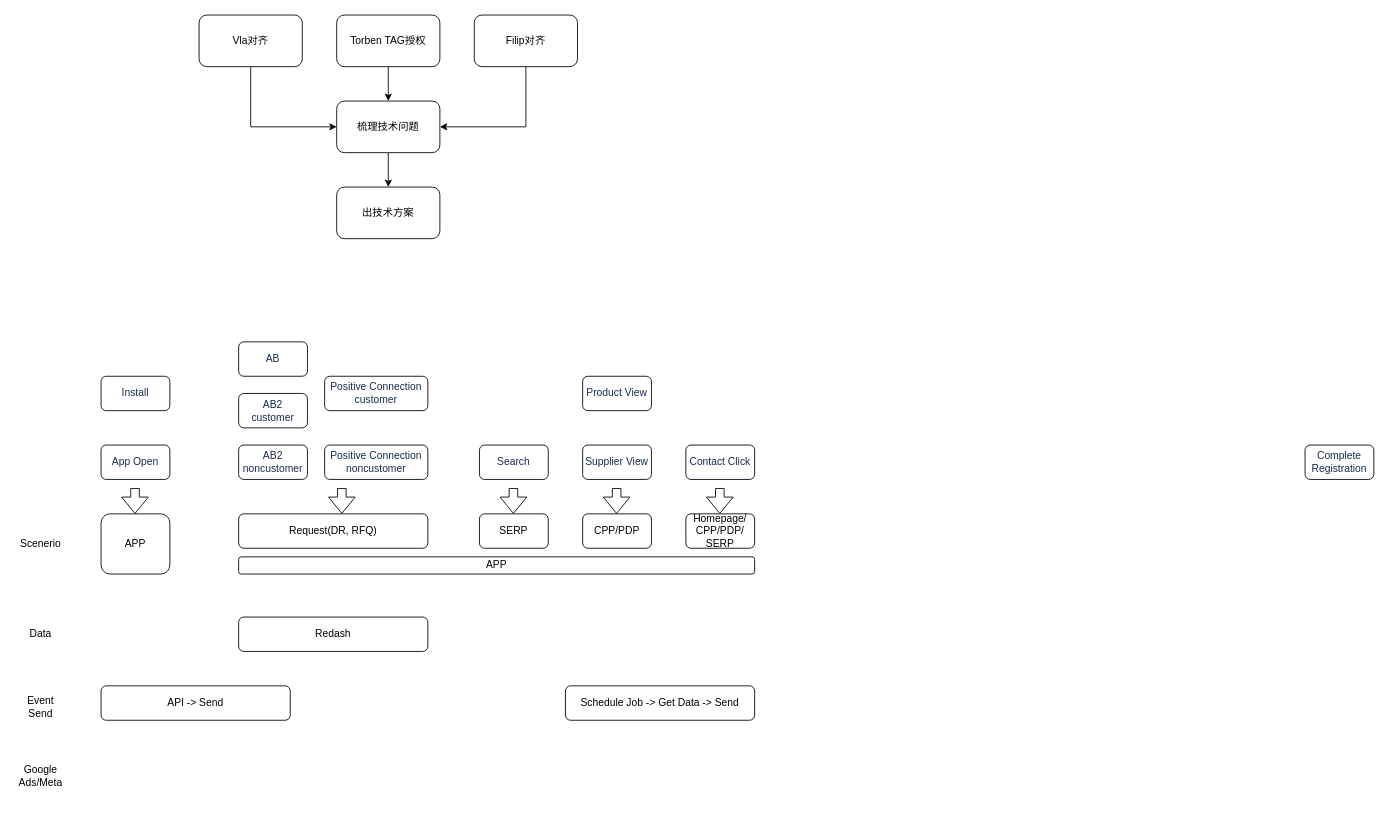
Above: drawio/temp.drawio in VisableHarry/seo-drawio (draw.io), before the change. Source tidied: cells renumbered, new cells numbered last; positions are measured from the earlier drawing's top-left corner, leaving out a move shared by most shapes. Both pictures are drawn from the tidied source at 86%, with x=0, y=0 at pixel (15, 15).
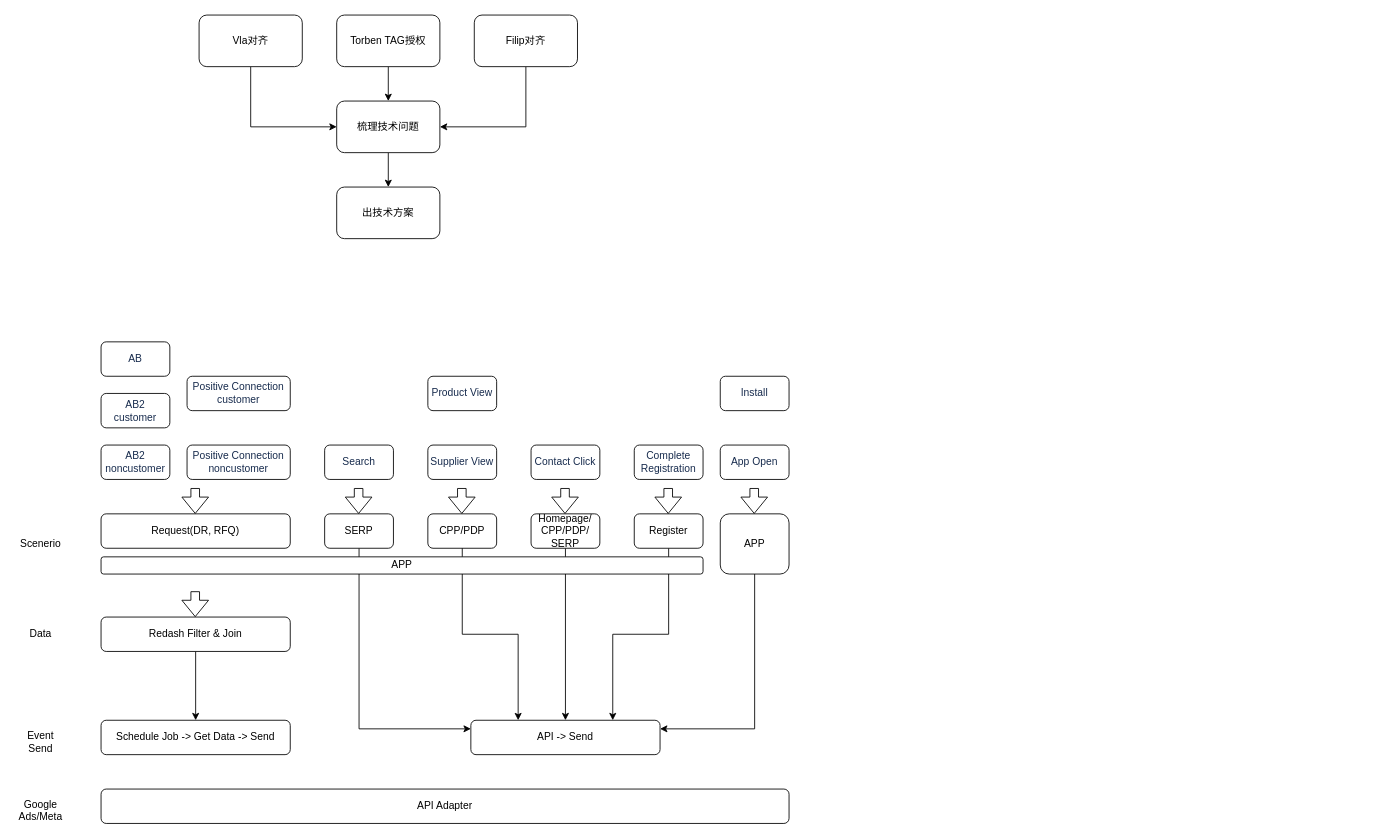
After the change.

What changed in the source:
```diff
@@
     <mxCell id="11" value="Request(DR, RFQ)" style="rounded=1;whiteSpace=wrap;html=1;" parent="1" vertex="1">
-      <mxGeometry x="260" y="580" width="220" height="40" as="geometry" />
+      <mxGeometry x="100" y="580" width="220" height="40" as="geometry" />
     </mxCell>
     <mxCell id="12" value="&lt;span style=&quot;color: rgb(23, 43, 77); text-align: left; background-color: rgb(255, 255, 255);&quot;&gt;&lt;font style=&quot;font-size: 12px;&quot; face=&quot;Helvetica&quot;&gt;Install&lt;/font&gt;&lt;/span&gt;" style="rounded=1;whiteSpace=wrap;html=1;" parent="1" vertex="1">
-      <mxGeometry x="100" y="420" width="80" height="40" as="geometry" />
+      <mxGeometry x="820" y="420" width="80" height="40" as="geometry" />
     </mxCell>
+    <mxCell id="41" style="edgeStyle=orthogonalEdgeStyle;rounded=0;jettySize=auto;html=1;exitX=0.5;exitY=1;exitDx=0;exitDy=0;entryX=1;entryY=0.25;entryDx=0;entryDy=0;" parent="1" edge="1" source="13" target="33">
+      <mxGeometry relative="1" as="geometry" />
+    </mxCell>
     <mxCell id="13" value="APP" style="rounded=1;whiteSpace=wrap;html=1;" parent="1" vertex="1">
-      <mxGeometry x="100" y="580" width="80" height="70" as="geometry" />
+      <mxGeometry x="820" y="580" width="80" height="70" as="geometry" />
     </mxCell>
     <mxCell id="14" value="CPP/PDP" style="rounded=1;whiteSpace=wrap;html=1;" parent="1" vertex="1">
-      <mxGeometry x="660" y="580" width="80" height="40" as="geometry" />
+      <mxGeometry x="480" y="580" width="80" height="40" as="geometry" />
     </mxCell>
+    <mxCell id="42" style="edgeStyle=orthogonalEdgeStyle;rounded=0;jettySize=auto;html=1;exitX=0.5;exitY=1;exitDx=0;exitDy=0;entryX=0;entryY=0.25;entryDx=0;entryDy=0;" parent="1" edge="1" source="15" target="33">
+      <mxGeometry relative="1" as="geometry" />
+    </mxCell>
     <mxCell id="15" value="SERP" style="rounded=1;whiteSpace=wrap;html=1;" parent="1" vertex="1">
-      <mxGeometry x="540" y="580" width="80" height="40" as="geometry" />
+      <mxGeometry x="360" y="580" width="80" height="40" as="geometry" />
     </mxCell>
     <mxCell id="16" value="&lt;span style=&quot;color: rgb(23, 43, 77); text-align: left; background-color: rgb(255, 255, 255);&quot;&gt;&lt;font style=&quot;font-size: 12px;&quot; face=&quot;Helvetica&quot;&gt;AB&lt;/font&gt;&lt;/span&gt;" style="rounded=1;whiteSpace=wrap;html=1;" parent="1" vertex="1">
-      <mxGeometry x="260" y="380" width="80" height="40" as="geometry" />
+      <mxGeometry x="100" y="380" width="80" height="40" as="geometry" />
     </mxCell>
     <mxCell id="17" value="&lt;span style=&quot;color: rgb(23, 43, 77); text-align: left; background-color: rgb(255, 255, 255);&quot;&gt;&lt;font style=&quot;font-size: 12px;&quot; face=&quot;Helvetica&quot;&gt;AB2&lt;/font&gt;&lt;/span&gt;&lt;div&gt;&lt;span style=&quot;color: rgb(23, 43, 77); text-align: left; background-color: rgb(255, 255, 255);&quot;&gt;&lt;font style=&quot;font-size: 12px;&quot; face=&quot;Helvetica&quot;&gt;customer&lt;/font&gt;&lt;/span&gt;&lt;/div&gt;" style="rounded=1;whiteSpace=wrap;html=1;" parent="1" vertex="1">
-      <mxGeometry x="260" y="440" width="80" height="40" as="geometry" />
+      <mxGeometry x="100" y="440" width="80" height="40" as="geometry" />
     </mxCell>
     <mxCell id="18" value="&lt;span style=&quot;color: rgb(23, 43, 77); text-align: left; background-color: rgb(255, 255, 255);&quot;&gt;&lt;font style=&quot;font-size: 12px;&quot; face=&quot;Helvetica&quot;&gt;AB2&lt;/font&gt;&lt;/span&gt;&lt;div&gt;&lt;span style=&quot;color: rgb(23, 43, 77); text-align: left; background-color: rgb(255, 255, 255);&quot;&gt;&lt;font style=&quot;font-size: 12px;&quot; face=&quot;Helvetica&quot;&gt;noncustomer&lt;/font&gt;&lt;/span&gt;&lt;/div&gt;" style="rounded=1;whiteSpace=wrap;html=1;" parent="1" vertex="1">
-      <mxGeometry x="260" y="500" width="80" height="40" as="geometry" />
+      <mxGeometry x="100" y="500" width="80" height="40" as="geometry" />
     </mxCell>
     <mxCell id="19" value="&lt;span style=&quot;color: rgb(23, 43, 77); text-align: left; background-color: rgb(255, 255, 255);&quot;&gt;&lt;font style=&quot;font-size: 12px;&quot; face=&quot;Helvetica&quot;&gt;Positive Connection&lt;/font&gt;&lt;/span&gt;&lt;div&gt;&lt;span style=&quot;color: rgb(23, 43, 77); text-align: left; background-color: rgb(255, 255, 255);&quot;&gt;&lt;font style=&quot;font-size: 12px;&quot; face=&quot;Helvetica&quot;&gt;customer&lt;/font&gt;&lt;/span&gt;&lt;/div&gt;" style="rounded=1;whiteSpace=wrap;html=1;" parent="1" vertex="1">
-      <mxGeometry x="360" y="420" width="120" height="40" as="geometry" />
+      <mxGeometry x="200" y="420" width="120" height="40" as="geometry" />
     </mxCell>
     <mxCell id="20" value="&lt;font face=&quot;Helvetica&quot; style=&quot;font-size: 12px;&quot;&gt;&lt;span style=&quot;color: rgb(23, 43, 77); text-align: left; background-color: rgb(255, 255, 255);&quot;&gt;Positive Connection&lt;/span&gt;&lt;/font&gt;&lt;div&gt;&lt;font face=&quot;Helvetica&quot; style=&quot;font-size: 12px;&quot;&gt;&lt;span style=&quot;color: rgb(23, 43, 77); text-align: left; background-color: rgb(255, 255, 255);&quot;&gt;non&lt;/span&gt;&lt;span style=&quot;color: rgb(23, 43, 77); text-align: left; background-color: rgb(255, 255, 255);&quot;&gt;customer&lt;/span&gt;&lt;/font&gt;&lt;/div&gt;" style="rounded=1;whiteSpace=wrap;html=1;" parent="1" vertex="1">
-      <mxGeometry x="360" y="500" width="120" height="40" as="geometry" />
+      <mxGeometry x="200" y="500" width="120" height="40" as="geometry" />
     </mxCell>
     <mxCell id="21" value="&lt;span style=&quot;color: rgb(23, 43, 77); text-align: left; background-color: rgb(255, 255, 255);&quot;&gt;&lt;font style=&quot;font-size: 12px;&quot;&gt;App Open&lt;/font&gt;&lt;/span&gt;" style="rounded=1;whiteSpace=wrap;html=1;" parent="1" vertex="1">
-      <mxGeometry x="100" y="500" width="80" height="40" as="geometry" />
+      <mxGeometry x="820" y="500" width="80" height="40" as="geometry" />
     </mxCell>
     <mxCell id="22" value="&lt;span style=&quot;color: rgb(23, 43, 77); text-align: left; background-color: rgb(255, 255, 255);&quot;&gt;&lt;font style=&quot;font-size: 12px;&quot;&gt;Search&lt;/font&gt;&lt;/span&gt;" style="rounded=1;whiteSpace=wrap;html=1;" parent="1" vertex="1">
-      <mxGeometry x="540" y="500" width="80" height="40" as="geometry" />
+      <mxGeometry x="360" y="500" width="80" height="40" as="geometry" />
     </mxCell>
     <mxCell id="23" value="&lt;span style=&quot;color: rgb(23, 43, 77); text-align: left; background-color: rgb(255, 255, 255);&quot;&gt;&lt;font style=&quot;font-size: 12px;&quot; face=&quot;Helvetica&quot;&gt;Product View&lt;/font&gt;&lt;/span&gt;" style="rounded=1;whiteSpace=wrap;html=1;" parent="1" vertex="1">
-      <mxGeometry x="660" y="420" width="80" height="40" as="geometry" />
+      <mxGeometry x="480" y="420" width="80" height="40" as="geometry" />
     </mxCell>
     <mxCell id="24" value="&lt;span style=&quot;color: rgb(23, 43, 77); text-align: left; background-color: rgb(255, 255, 255);&quot;&gt;&lt;font style=&quot;font-size: 12px;&quot; face=&quot;Helvetica&quot;&gt;Supplier View&lt;/font&gt;&lt;/span&gt;" style="rounded=1;whiteSpace=wrap;html=1;" parent="1" vertex="1">
-      <mxGeometry x="660" y="500" width="80" height="40" as="geometry" />
+      <mxGeometry x="480" y="500" width="80" height="40" as="geometry" />
     </mxCell>
     <mxCell id="25" value="&lt;span style=&quot;color: rgb(23, 43, 77); text-align: left; background-color: rgb(255, 255, 255);&quot;&gt;&lt;font style=&quot;font-size: 12px;&quot;&gt;Contact Click&lt;/font&gt;&lt;/span&gt;" style="rounded=1;whiteSpace=wrap;html=1;" parent="1" vertex="1">
-      <mxGeometry x="780" y="500" width="80" height="40" as="geometry" />
+      <mxGeometry x="600" y="500" width="80" height="40" as="geometry" />
     </mxCell>
     <mxCell id="26" value="&lt;span style=&quot;color: rgb(23, 43, 77); text-align: left; background-color: rgb(255, 255, 255);&quot;&gt;&lt;font style=&quot;font-size: 12px;&quot; face=&quot;Helvetica&quot;&gt;Complete Registration&lt;/font&gt;&lt;/span&gt;" style="rounded=1;whiteSpace=wrap;html=1;" parent="1" vertex="1">
-      <mxGeometry x="1500" y="500" width="80" height="40" as="geometry" />
+      <mxGeometry x="720" y="500" width="80" height="40" as="geometry" />
     </mxCell>
@@
+    <mxCell id="43" style="edgeStyle=orthogonalEdgeStyle;rounded=0;jettySize=auto;html=1;exitX=0.5;exitY=1;exitDx=0;exitDy=0;entryX=0.5;entryY=0;entryDx=0;entryDy=0;" parent="1" edge="1" source="28" target="33">
+      <mxGeometry relative="1" as="geometry" />
+    </mxCell>
     <mxCell id="28" value="Homepage/&lt;div&gt;CPP/PDP/&lt;/div&gt;&lt;div&gt;SERP&lt;/div&gt;" style="rounded=1;whiteSpace=wrap;html=1;" parent="1" vertex="1">
-      <mxGeometry x="780" y="580" width="80" height="40" as="geometry" />
+      <mxGeometry x="600" y="580" width="80" height="40" as="geometry" />
     </mxCell>
-    <mxCell id="29" value="APP" style="rounded=1;whiteSpace=wrap;html=1;" parent="1" vertex="1">
-      <mxGeometry x="260" y="630" width="600" height="20" as="geometry" />
-    </mxCell>
@@
-    <mxCell id="31" value="Redash" style="rounded=1;whiteSpace=wrap;html=1;" parent="1" vertex="1">
-      <mxGeometry x="260" y="700" width="220" height="40" as="geometry" />
-    </mxCell>
     <mxCell id="32" value="Event Send" style="text;html=1;whiteSpace=wrap;strokeColor=none;fillColor=none;align=center;verticalAlign=middle;rounded=0;" parent="1" vertex="1">
-      <mxGeometry y="790" width="60" height="30" as="geometry" />
+      <mxGeometry y="830" width="60" height="30" as="geometry" />
     </mxCell>
     <mxCell id="33" value="API -&amp;gt; Send" style="rounded=1;whiteSpace=wrap;html=1;" parent="1" vertex="1">
-      <mxGeometry x="100" y="780" width="220" height="40" as="geometry" />
+      <mxGeometry x="530" y="820" width="220" height="40" as="geometry" />
     </mxCell>
     <mxCell id="34" value="Schedule Job -&amp;gt; Get Data -&amp;gt; Send" style="rounded=1;whiteSpace=wrap;html=1;" parent="1" vertex="1">
-      <mxGeometry x="640" y="780" width="220" height="40" as="geometry" />
+      <mxGeometry x="100" y="820" width="220" height="40" as="geometry" />
     </mxCell>
     <mxCell id="35" value="Google Ads/Meta" style="text;html=1;whiteSpace=wrap;strokeColor=none;fillColor=none;align=center;verticalAlign=middle;rounded=0;" parent="1" vertex="1">
-      <mxGeometry y="870" width="60" height="30" as="geometry" />
+      <mxGeometry y="910" width="60" height="30" as="geometry" />
     </mxCell>
     <mxCell id="36" style="shape=flexArrow;endArrow=classic;html=1;rounded=0;" parent="1" edge="1">
       <mxGeometry relative="1" as="geometry">
-        <mxPoint x="380" y="550" as="sourcePoint" />
-        <mxPoint x="380" y="580" as="targetPoint" />
+        <mxPoint x="209.5" y="550" as="sourcePoint" />
+        <mxPoint x="209.5" y="580" as="targetPoint" />
       </mxGeometry>
     </mxCell>
     <mxCell id="37" style="shape=flexArrow;endArrow=classic;html=1;rounded=0;" parent="1" edge="1">
       <mxGeometry relative="1" as="geometry">
-        <mxPoint x="139.5" y="550" as="sourcePoint" />
-        <mxPoint x="139.5" y="580" as="targetPoint" />
+        <mxPoint x="859.5" y="550" as="sourcePoint" />
+        <mxPoint x="859.5" y="580" as="targetPoint" />
       </mxGeometry>
     </mxCell>
     <mxCell id="38" style="shape=flexArrow;endArrow=classic;html=1;rounded=0;" parent="1" edge="1">
       <mxGeometry relative="1" as="geometry">
-        <mxPoint x="579.5" y="550" as="sourcePoint" />
-        <mxPoint x="579.5" y="580" as="targetPoint" />
+        <mxPoint x="399.5" y="550" as="sourcePoint" />
+        <mxPoint x="399.5" y="580" as="targetPoint" />
       </mxGeometry>
     </mxCell>
     <mxCell id="39" style="shape=flexArrow;endArrow=classic;html=1;rounded=0;" parent="1" edge="1">
       <mxGeometry relative="1" as="geometry">
-        <mxPoint x="699.5" y="550" as="sourcePoint" />
-        <mxPoint x="699.5" y="580" as="targetPoint" />
+        <mxPoint x="519.5" y="550" as="sourcePoint" />
+        <mxPoint x="519.5" y="580" as="targetPoint" />
       </mxGeometry>
     </mxCell>
     <mxCell id="40" style="shape=flexArrow;endArrow=classic;html=1;rounded=0;" parent="1" edge="1">
       <mxGeometry relative="1" as="geometry">
-        <mxPoint x="819.5" y="550" as="sourcePoint" />
-        <mxPoint x="819.5" y="580" as="targetPoint" />
+        <mxPoint x="639.5" y="550" as="sourcePoint" />
+        <mxPoint x="639.5" y="580" as="targetPoint" />
       </mxGeometry>
     </mxCell>
+    <mxCell id="44" style="edgeStyle=orthogonalEdgeStyle;rounded=0;jettySize=auto;html=1;exitX=0.5;exitY=1;exitDx=0;exitDy=0;entryX=0.75;entryY=0;entryDx=0;entryDy=0;" parent="1" edge="1" source="45" target="33">
+      <mxGeometry relative="1" as="geometry" />
+    </mxCell>
+    <mxCell id="45" value="Register" style="rounded=1;whiteSpace=wrap;html=1;" parent="1" vertex="1">
+      <mxGeometry x="720" y="580" width="80" height="40" as="geometry" />
+    </mxCell>
+    <mxCell id="46" style="shape=flexArrow;endArrow=classic;html=1;rounded=0;" parent="1" edge="1">
+      <mxGeometry relative="1" as="geometry">
+        <mxPoint x="759.5" y="550" as="sourcePoint" />
+        <mxPoint x="759.5" y="580" as="targetPoint" />
+      </mxGeometry>
+    </mxCell>
+    <mxCell id="47" style="edgeStyle=orthogonalEdgeStyle;rounded=0;jettySize=auto;html=1;exitX=0.5;exitY=1;exitDx=0;exitDy=0;entryX=0.5;entryY=0;entryDx=0;entryDy=0;" parent="1" edge="1" source="48" target="34">
+      <mxGeometry relative="1" as="geometry" />
+    </mxCell>
+    <mxCell id="48" value="Redash Filter &amp;amp; Join" style="rounded=1;whiteSpace=wrap;html=1;" parent="1" vertex="1">
+      <mxGeometry x="100" y="700" width="220" height="40" as="geometry" />
+    </mxCell>
+    <mxCell id="49" style="edgeStyle=orthogonalEdgeStyle;rounded=0;jettySize=auto;html=1;exitX=0.5;exitY=1;exitDx=0;exitDy=0;entryX=0.25;entryY=0;entryDx=0;entryDy=0;" parent="1" edge="1" source="14" target="33">
+      <mxGeometry relative="1" as="geometry" />
+    </mxCell>
+    <mxCell id="50" style="shape=flexArrow;endArrow=classic;html=1;rounded=0;" parent="1" edge="1">
+      <mxGeometry relative="1" as="geometry">
+        <mxPoint x="209.5" y="670" as="sourcePoint" />
+        <mxPoint x="209.5" y="700" as="targetPoint" />
+      </mxGeometry>
+    </mxCell>
+    <mxCell id="29" value="APP" style="rounded=1;whiteSpace=wrap;html=1;" parent="1" vertex="1">
+      <mxGeometry x="100" y="630" width="700" height="20" as="geometry" />
+    </mxCell>
+    <mxCell id="51" value="API Adapter" style="rounded=1;whiteSpace=wrap;html=1;" parent="1" vertex="1">
+      <mxGeometry x="100" y="900" width="800" height="40" as="geometry" />
+    </mxCell>
```
